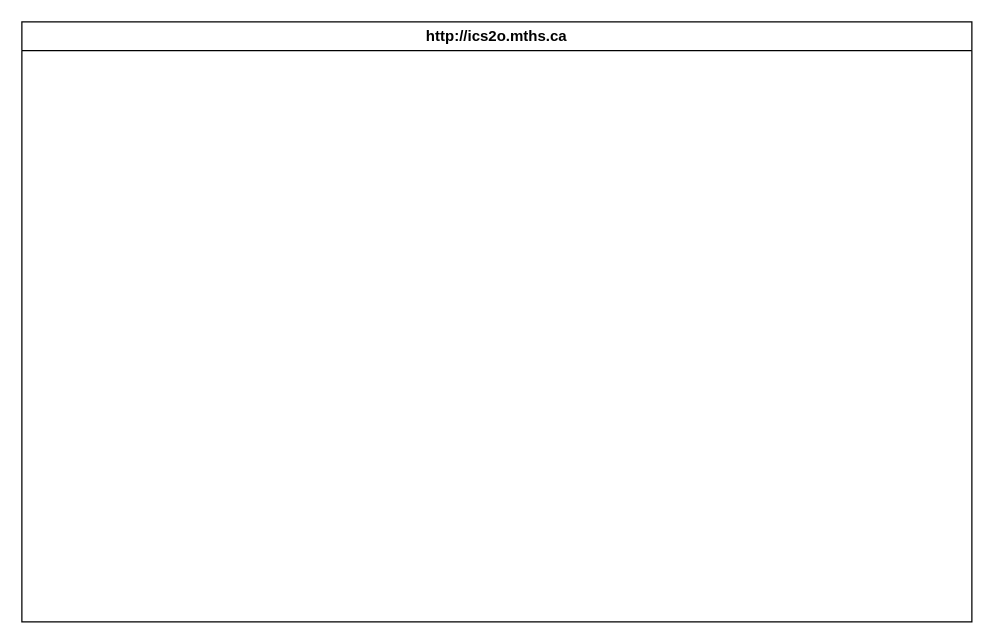
Earlier version of the draw.io diagram design/storyboard.drawio (MTHS-ICD2O-1-2023/ICD2O-Unit-6-03-tymofii-stepanov). Source tidied: cells renumbered, new cells numbered last; positions are measured from the earlier drawing's top-left corner, leaving out a move shared by most shapes. Both pictures are drawn from the tidied source at 125%, with x=0, y=0 at pixel (21, 21).
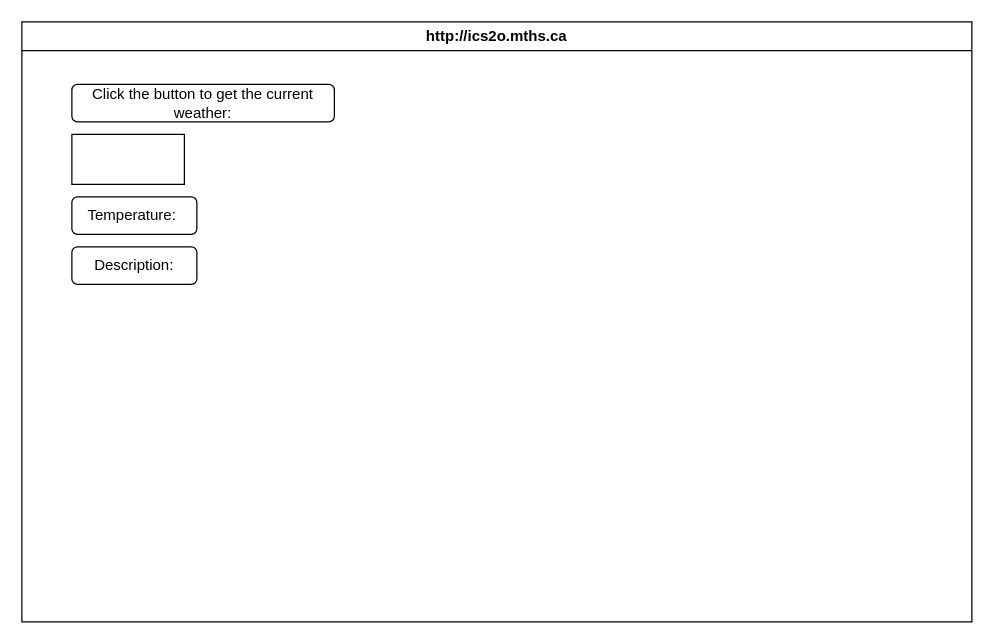
The same diagram, later.

Change to the diagram source:
```diff
@@
 <mxGraphModel>
   <root>
     <mxCell id="0" />
     <mxCell id="1" parent="0" />
     <mxCell id="2" value="http://ics2o.mths.ca" style="swimlane;whiteSpace=wrap;html=1;" parent="1" vertex="1">
       <mxGeometry width="760" height="480" as="geometry" />
     </mxCell>
+    <mxCell id="3" value="Click the button to get the current weather:" style="rounded=1;whiteSpace=wrap;html=1;" parent="2" vertex="1">
+      <mxGeometry x="40" y="50" width="210" height="30" as="geometry" />
+    </mxCell>
+    <mxCell id="4" style="rounded=0;whiteSpace=wrap;html=1;" parent="2" vertex="1">
+      <mxGeometry x="40" y="90" width="90" height="40" as="geometry" />
+    </mxCell>
+    <mxCell id="5" value="Temperature:&amp;nbsp;" style="rounded=1;whiteSpace=wrap;html=1;" parent="2" vertex="1">
+      <mxGeometry x="40" y="140" width="100" height="30" as="geometry" />
+    </mxCell>
+    <mxCell id="6" value="Description:" style="rounded=1;whiteSpace=wrap;html=1;" parent="2" vertex="1">
+      <mxGeometry x="40" y="180" width="100" height="30" as="geometry" />
+    </mxCell>
   </root>
 </mxGraphModel>
```
